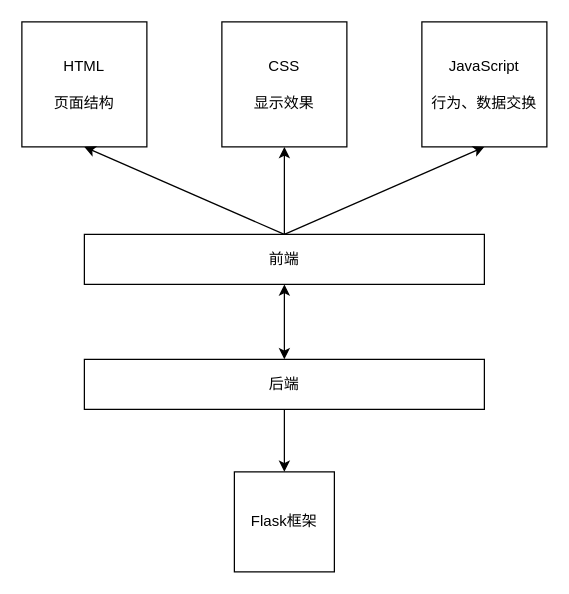
Earlier version of the draw.io diagram 技术栈.drawio (WHUT-LHT/hello-world). Source tidied: cells renumbered, new cells numbered last; positions are measured from the earlier drawing's top-left corner, leaving out a move shared by most shapes. Both pictures are drawn from the tidied source at 125%, with x=0, y=0 at pixel (21, 21).
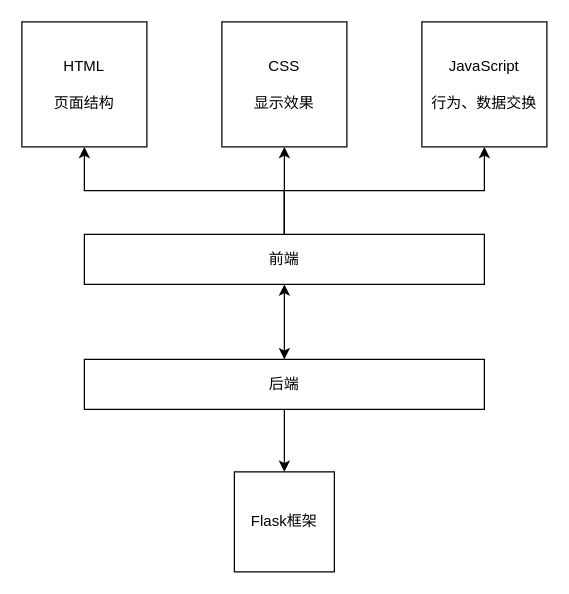
The same page after the edit.

Commit message (it also covers changes not shown here):
更新技术栈.drawio

What changed in the source:
```diff
@@
 <mxGraphModel>
   <root>
     <mxCell id="0" />
     <mxCell id="1" parent="0" />
     <mxCell id="2" value="HTML&lt;div&gt;&lt;br&gt;页面结构&lt;/div&gt;" style="whiteSpace=wrap;html=1;" parent="1" vertex="1">
       <mxGeometry width="100" height="100" as="geometry" />
     </mxCell>
     <mxCell id="3" value="CSS&lt;div&gt;&lt;br&gt;&lt;div&gt;显示效果&lt;/div&gt;&lt;/div&gt;" style="whiteSpace=wrap;html=1;" parent="1" vertex="1">
       <mxGeometry x="160" width="100" height="100" as="geometry" />
     </mxCell>
     <mxCell id="4" value="JavaScript&lt;div&gt;&lt;br&gt;&lt;div&gt;行为、数据交换&lt;/div&gt;&lt;/div&gt;" style="whiteSpace=wrap;html=1;" parent="1" vertex="1">
       <mxGeometry x="320" width="100" height="100" as="geometry" />
     </mxCell>
     <mxCell id="5" style="edgeStyle=orthogonalEdgeStyle;rounded=0;jettySize=auto;html=1;entryX=0.5;entryY=1;entryDx=0;entryDy=0;" parent="1" edge="1" source="6" target="3">
       <mxGeometry relative="1" as="geometry" />
     </mxCell>
     <mxCell id="6" value="前端" style="rounded=0;whiteSpace=wrap;html=1;" parent="1" vertex="1">
       <mxGeometry x="50" y="170" width="320" height="40" as="geometry" />
     </mxCell>
-    <mxCell id="7" style="endArrow=classic;html=1;rounded=0;exitX=0.5;exitY=0;exitDx=0;exitDy=0;entryX=0.5;entryY=1;entryDx=0;entryDy=0;" parent="1" edge="1" source="6" target="2">
+    <mxCell id="7" style="endArrow=classic;html=1;rounded=0;exitX=0.5;exitY=0;exitDx=0;exitDy=0;entryX=0.5;entryY=1;entryDx=0;entryDy=0;edgeStyle=orthogonalEdgeStyle;" parent="1" edge="1" source="6" target="2">
       <mxGeometry relative="1" as="geometry" />
     </mxCell>
-    <mxCell id="8" style="endArrow=classic;html=1;rounded=0;entryX=0.5;entryY=1;entryDx=0;entryDy=0;exitX=0.5;exitY=0;exitDx=0;exitDy=0;" parent="1" edge="1" source="6" target="4">
+    <mxCell id="8" style="endArrow=classic;html=1;rounded=0;entryX=0.5;entryY=1;entryDx=0;entryDy=0;exitX=0.5;exitY=0;exitDx=0;exitDy=0;edgeStyle=orthogonalEdgeStyle;" parent="1" edge="1" source="6" target="4">
       <mxGeometry relative="1" as="geometry" />
     </mxCell>
     <mxCell id="9" value="后端" style="rounded=0;whiteSpace=wrap;html=1;" parent="1" vertex="1">
       <mxGeometry x="50" y="270" width="320" height="40" as="geometry" />
     </mxCell>
     <mxCell id="10" style="endArrow=classic;startArrow=classic;html=1;rounded=0;exitX=0.5;exitY=0;exitDx=0;exitDy=0;" parent="1" edge="1" source="9">
       <mxGeometry relative="1" as="geometry">
         <mxPoint x="210" y="210" as="targetPoint" />
       </mxGeometry>
     </mxCell>
     <mxCell id="11" value="Flask框架" style="whiteSpace=wrap;html=1;" parent="1" vertex="1">
       <mxGeometry x="170" y="360" width="80" height="80" as="geometry" />
     </mxCell>
     <mxCell id="12" style="endArrow=classic;html=1;rounded=0;entryX=0.5;entryY=0;entryDx=0;entryDy=0;" parent="1" edge="1" target="11">
       <mxGeometry relative="1" as="geometry">
         <mxPoint x="210" y="310" as="sourcePoint" />
       </mxGeometry>
     </mxCell>
   </root>
 </mxGraphModel>
```
